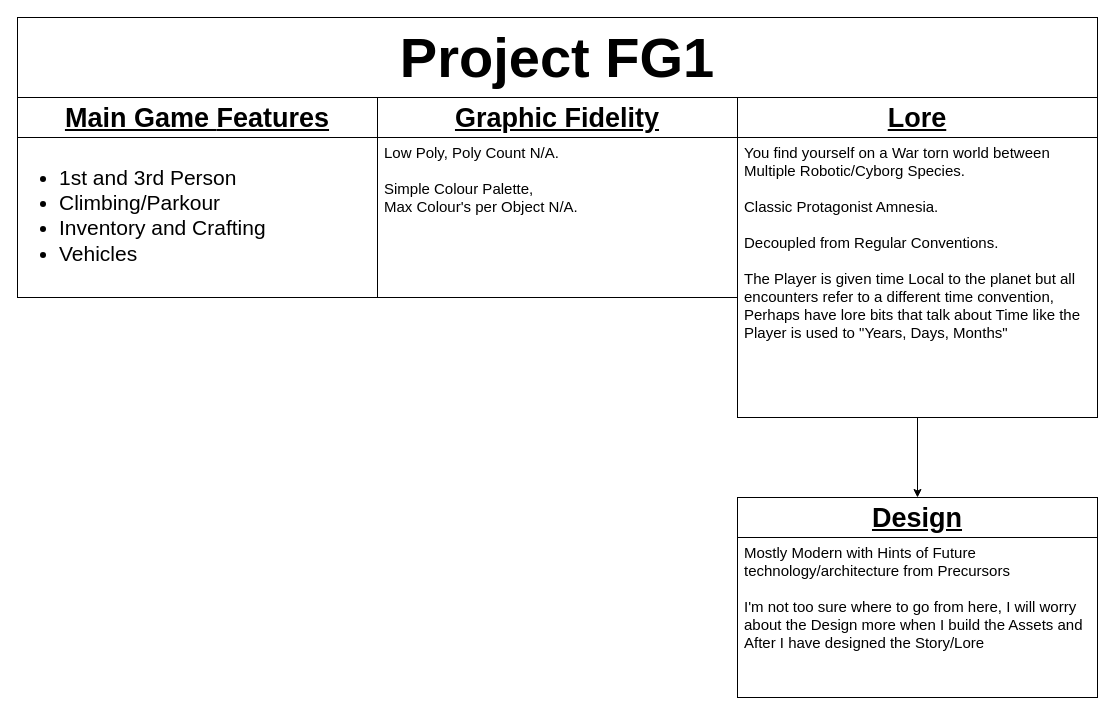
Earlier version of the draw.io diagram page "Main Info" (1 of 2) of Project FG1.drawio (MrFlufficans/Project-FG1). Source tidied: cells renumbered, new cells numbered last; positions are measured from the earlier drawing's top-left corner, leaving out a move shared by most shapes. Both pictures are drawn from the tidied source at 100%, with x=0, y=0 at pixel (17, 17).
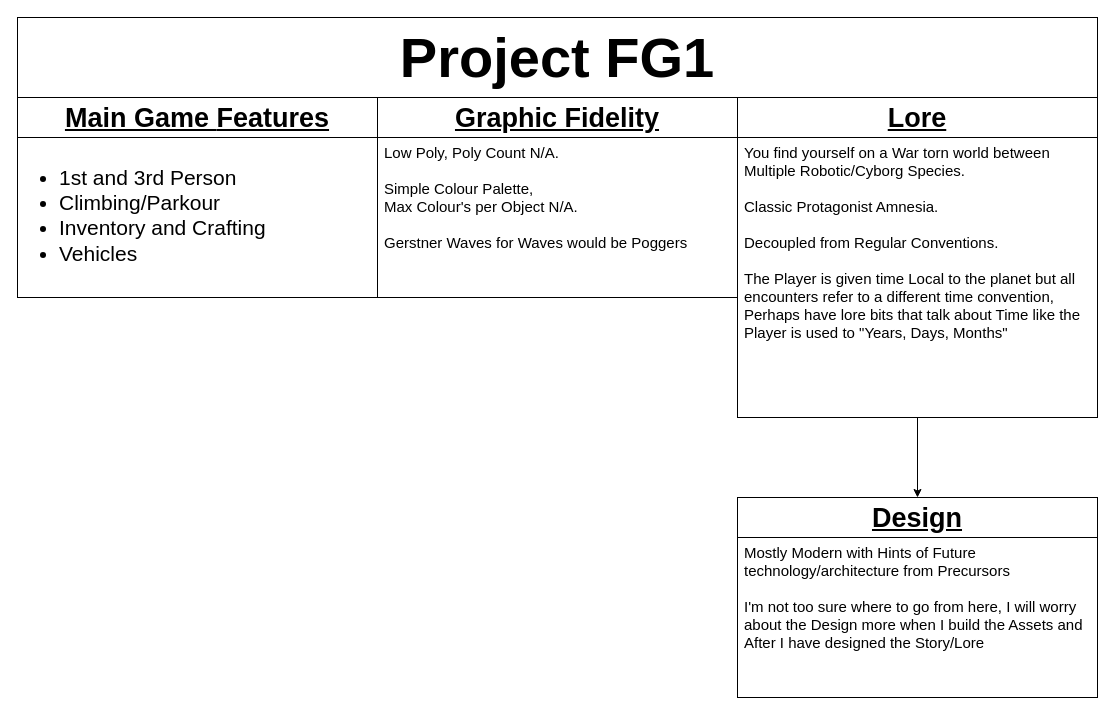
After the change.

What changed in the source:
```diff
@@
 <mxGraphModel>
   <root>
     <mxCell id="0" />
     <mxCell id="1" parent="0" />
     <mxCell id="2" value="&lt;ul style=&quot;font-size: 21px;&quot;&gt;&lt;li style=&quot;font-size: 21px;&quot;&gt;1st and 3rd Person&lt;/li&gt;&lt;li style=&quot;font-size: 21px;&quot;&gt;Climbing/Parkour&lt;/li&gt;&lt;li style=&quot;font-size: 21px;&quot;&gt;Inventory and Crafting&lt;/li&gt;&lt;li style=&quot;font-size: 21px;&quot;&gt;Vehicles&lt;/li&gt;&lt;/ul&gt;" style="rounded=0;whiteSpace=wrap;html=1;fontSize=21;align=left;verticalAlign=top;" parent="1" vertex="1">
       <mxGeometry y="120" width="360" height="160" as="geometry" />
     </mxCell>
     <mxCell id="3" value="&lt;span style=&quot;font-size: 56px;&quot;&gt;Project FG1&lt;/span&gt;" style="rounded=0;whiteSpace=wrap;html=1;fontSize=27;fontStyle=1;verticalAlign=top;" parent="1" vertex="1">
       <mxGeometry width="1080" height="80" as="geometry" />
     </mxCell>
     <mxCell id="4" value="&lt;span style=&quot;font-size: 27px; font-weight: 700; background-color: initial; text-decoration-line: underline;&quot;&gt;Main Game&amp;nbsp;&lt;/span&gt;&lt;span style=&quot;font-size: 27px; font-weight: 700; background-color: initial; text-decoration-line: underline;&quot;&gt;Features&lt;/span&gt;" style="rounded=0;whiteSpace=wrap;html=1;fontSize=29;" parent="1" vertex="1">
       <mxGeometry y="80" width="360" height="40" as="geometry" />
     </mxCell>
     <mxCell id="5" value="&lt;span style=&quot;font-size: 27px; font-weight: 700; text-decoration-line: underline;&quot;&gt;Graphic Fidelity&lt;/span&gt;" style="rounded=0;whiteSpace=wrap;html=1;fontSize=29;" parent="1" vertex="1">
       <mxGeometry x="360" y="80" width="360" height="40" as="geometry" />
     </mxCell>
     <mxCell id="6" value="&lt;span style=&quot;font-size: 27px; font-weight: 700; text-decoration-line: underline;&quot;&gt;Design&lt;/span&gt;" style="rounded=0;whiteSpace=wrap;html=1;fontSize=29;" parent="1" vertex="1">
       <mxGeometry x="720" y="480" width="360" height="40" as="geometry" />
     </mxCell>
-    <mxCell id="7" value="&lt;span style=&quot;background-color: initial; font-size: 15px;&quot;&gt;Low Poly, Poly Count N/A.&lt;br style=&quot;font-size: 15px;&quot;&gt;&lt;/span&gt;&lt;br style=&quot;font-size: 15px;&quot;&gt;&lt;span style=&quot;background-color: initial; font-size: 15px;&quot;&gt;Simple Colour Palette, &lt;br&gt;Max Colour's per Object N/A.&lt;/span&gt;" style="rounded=0;whiteSpace=wrap;html=1;fontSize=15;align=left;verticalAlign=top;spacingLeft=5;" parent="1" vertex="1">
+    <mxCell id="7" value="&lt;span style=&quot;background-color: initial; font-size: 15px;&quot;&gt;Low Poly, Poly Count N/A.&lt;br style=&quot;font-size: 15px;&quot;&gt;&lt;/span&gt;&lt;br style=&quot;font-size: 15px;&quot;&gt;&lt;span style=&quot;background-color: initial; font-size: 15px;&quot;&gt;Simple Colour Palette, &lt;br&gt;Max Colour's per Object N/A.&lt;br&gt;&lt;br&gt;Gerstner Waves for Waves would be Poggers&lt;br&gt;&lt;/span&gt;" style="rounded=0;whiteSpace=wrap;html=1;fontSize=15;align=left;verticalAlign=top;spacingLeft=5;" parent="1" vertex="1">
       <mxGeometry x="360" y="120" width="360" height="160" as="geometry" />
     </mxCell>
     <mxCell id="8" value="Mostly Modern with Hints of Future technology/architecture from Precursors&lt;br&gt;&lt;br&gt;I'm not too sure where to go from here, I will worry about the Design more when I build the Assets and After I have designed the Story/Lore" style="rounded=0;whiteSpace=wrap;html=1;fontSize=15;align=left;verticalAlign=top;spacingLeft=5;" parent="1" vertex="1">
       <mxGeometry x="720" y="520" width="360" height="160" as="geometry" />
     </mxCell>
     <mxCell id="9" value="&lt;span style=&quot;font-size: 27px; font-weight: 700; text-decoration-line: underline;&quot;&gt;Lore&lt;/span&gt;" style="rounded=0;whiteSpace=wrap;html=1;fontSize=29;" parent="1" vertex="1">
       <mxGeometry x="720" y="80" width="360" height="40" as="geometry" />
     </mxCell>
     <mxCell id="10" style="edgeStyle=orthogonalEdgeStyle;rounded=0;jettySize=auto;html=1;exitX=0.5;exitY=1;exitDx=0;exitDy=0;entryX=0.5;entryY=0;entryDx=0;entryDy=0;fontSize=15;" parent="1" edge="1" source="11" target="6">
       <mxGeometry relative="1" as="geometry" />
     </mxCell>
     <mxCell id="11" value="You find yourself on a War torn world between Multiple Robotic/Cyborg Species.&lt;br&gt;&lt;br&gt;Classic Protagonist Amnesia.&lt;br&gt;&lt;br&gt;Decoupled from Regular Conventions.&lt;br&gt;&lt;br&gt;The Player is given time Local to the planet but all encounters refer to a different time convention, Perhaps have lore bits that talk about Time like the Player is used to &quot;Years, Days, Months&quot;" style="rounded=0;whiteSpace=wrap;html=1;fontSize=15;align=left;verticalAlign=top;spacingLeft=5;" parent="1" vertex="1">
       <mxGeometry x="720" y="120" width="360" height="280" as="geometry" />
     </mxCell>
   </root>
 </mxGraphModel>
```
